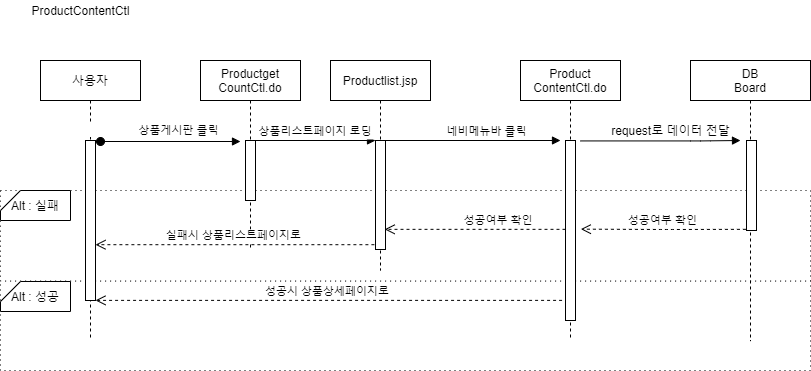
Before: Document/Sequence_Diagram/product/Product Sequence_Diagram-ProductContentCtl.png, a diagram exported from draw.io (JungCG/PotatoMarket). Source tidied: cells renumbered, new cells last; positions are measured from the earlier drawing's top-left corner, leaving out a move shared by most shapes.
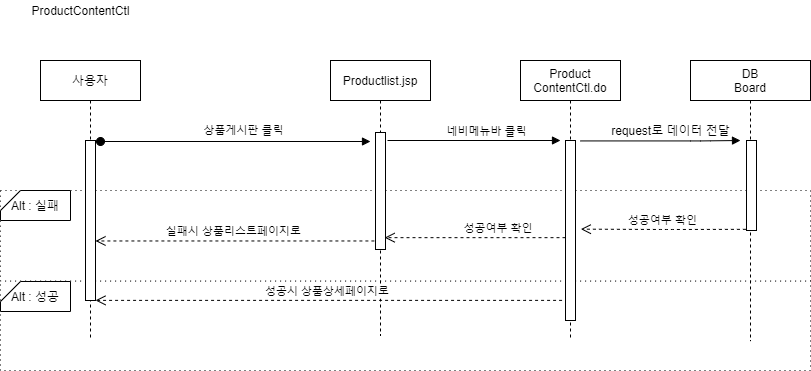
Above is the later version.

Change to the diagram source:
```diff
@@ -15,19 +15,16 @@
       <mxGeometry x="45" y="80" width="10" height="160" as="geometry" />
     </mxCell>
     <mxCell id="6" value="Productlist.jsp" style="shape=umlLifeline;perimeter=lifelinePerimeter;rounded=0;shadow=0;strokeWidth=1;" parent="1" vertex="1">
-      <mxGeometry x="330" y="60" width="100" height="210" as="geometry" />
+      <mxGeometry x="330" y="60" width="100" height="275" as="geometry" />
     </mxCell>
     <mxCell id="7" style="points=[];perimeter=orthogonalPerimeter;rounded=0;shadow=0;strokeWidth=1;" parent="6" vertex="1">
-      <mxGeometry x="45" y="80" width="10" height="109" as="geometry" />
+      <mxGeometry x="45" y="72" width="10" height="117" as="geometry" />
     </mxCell>
     <mxCell id="8" value="성공시 상품상세페이지로 " style="verticalAlign=bottom;endArrow=open;dashed=1;endSize=8;shadow=0;strokeWidth=1;exitX=-0.343;exitY=0.936;exitDx=0;exitDy=0;exitPerimeter=0;" parent="1" edge="1" target="5">
       <mxGeometry relative="1" as="geometry">
         <mxPoint x="561.6" y="299.9" as="sourcePoint" />
       </mxGeometry>
     </mxCell>
-    <mxCell id="9" value="상품리스트페이지 로딩" style="verticalAlign=bottom;endArrow=block;entryX=0;entryY=0;shadow=0;strokeWidth=1;" parent="1" edge="1" source="19" target="7">
-      <mxGeometry relative="1" as="geometry" />
-    </mxCell>
     <mxCell id="10" value="DB&#10;Board" style="shape=umlLifeline;perimeter=lifelinePerimeter;rounded=0;shadow=0;strokeWidth=1;" parent="1" vertex="1">
       <mxGeometry x="690" y="60" width="120" height="280.6" as="geometry" />
     </mxCell>
@@ -48,8 +45,11 @@
         <mxPoint x="-174.8" y="-7.4" as="offset" />
       </mxGeometry>
     </mxCell>
-    <mxCell id="14" value="성공여부 확인" style="verticalAlign=bottom;endArrow=open;dashed=1;endSize=8;shadow=0;strokeWidth=1;entryX=0.917;entryY=0.815;entryDx=0;entryDy=0;entryPerimeter=0;" parent="1" edge="1" source="21" target="7">
-      <mxGeometry x="-0.26" relative="1" as="geometry" />
+    <mxCell id="14" value="성공여부 확인" style="verticalAlign=bottom;endArrow=open;dashed=1;endSize=8;shadow=0;strokeWidth=1;entryX=0.917;entryY=0.815;entryDx=0;entryDy=0;entryPerimeter=0;" parent="1" edge="1">
+      <mxGeometry x="-0.26" relative="1" as="geometry">
+        <mxPoint x="565" y="237.2" as="sourcePoint" />
+        <mxPoint x="384.2" y="237.2" as="targetPoint" />
+      </mxGeometry>
     </mxCell>
     <mxCell id="15" value="성공여부 확인" style="verticalAlign=bottom;endArrow=open;dashed=1;endSize=8;shadow=0;strokeWidth=1;entryX=0.935;entryY=0.795;entryDx=0;entryDy=0;entryPerimeter=0;exitX=1.14;exitY=0.987;exitDx=0;exitDy=0;exitPerimeter=0;" parent="1" edge="1">
       <mxGeometry relative="1" as="geometry">
@@ -66,12 +66,6 @@
     <mxCell id="17" value="Alt : 실패" style="shape=card;whiteSpace=wrap;html=1;size=20;rotation=0;" parent="1" vertex="1">
       <mxGeometry y="190" width="70" height="30" as="geometry" />
     </mxCell>
-    <mxCell id="18" value="Productget&#10;CountCtl.do" style="shape=umlLifeline;perimeter=lifelinePerimeter;rounded=0;shadow=0;strokeWidth=1;" parent="1" vertex="1">
-      <mxGeometry x="200" y="60" width="100" height="190" as="geometry" />
-    </mxCell>
-    <mxCell id="19" style="points=[];perimeter=orthogonalPerimeter;rounded=0;shadow=0;strokeWidth=1;" parent="18" vertex="1">
-      <mxGeometry x="45" y="80" width="10" height="60" as="geometry" />
-    </mxCell>
     <mxCell id="20" value="Product&#10;ContentCtl.do" style="shape=umlLifeline;perimeter=lifelinePerimeter;rounded=0;shadow=0;strokeWidth=1;" parent="1" vertex="1">
       <mxGeometry x="520" y="60" width="100" height="280" as="geometry" />
     </mxCell>
@@ -81,23 +75,26 @@
     <mxCell id="22" style="verticalAlign=bottom;startArrow=oval;endArrow=block;startSize=8;shadow=0;strokeWidth=1;" parent="1" edge="1">
       <mxGeometry relative="1" as="geometry">
         <mxPoint x="100" y="141" as="sourcePoint" />
-        <mxPoint x="240" y="141" as="targetPoint" />
+        <mxPoint x="370" y="141" as="targetPoint" />
       </mxGeometry>
     </mxCell>
-    <mxCell id="23" value="실패시 상품리스트페이지로 " style="verticalAlign=bottom;endArrow=open;dashed=1;endSize=8;shadow=0;strokeWidth=1;exitX=-0.111;exitY=0.956;exitDx=0;exitDy=0;exitPerimeter=0;" parent="1" edge="1" source="7" target="5">
-      <mxGeometry relative="1" as="geometry" />
+    <mxCell id="23" value="실패시 상품리스트페이지로 " style="verticalAlign=bottom;endArrow=open;dashed=1;endSize=8;shadow=0;strokeWidth=1;exitX=-0.111;exitY=0.956;exitDx=0;exitDy=0;exitPerimeter=0;" parent="1" edge="1">
+      <mxGeometry relative="1" as="geometry">
+        <mxPoint x="373.9" y="240.5" as="sourcePoint" />
+        <mxPoint x="95" y="240.5" as="targetPoint" />
+      </mxGeometry>
     </mxCell>
     <mxCell id="24" value="ProductContentCtl" style="text;html=1;align=center;verticalAlign=middle;" parent="1" vertex="1">
       <mxGeometry x="25" width="110" height="20" as="geometry" />
     </mxCell>
-    <mxCell id="25" value="&amp;nbsp; &amp;nbsp; &amp;nbsp; &amp;nbsp; &amp;nbsp; &amp;nbsp; &amp;nbsp; &amp;nbsp; &amp;nbsp;상품게시판 클릭" style="edgeLabel;html=1;align=center;verticalAlign=middle;" parent="1" vertex="1">
-      <mxGeometry x="150" y="130" as="geometry">
-        <mxPoint x="1" y="-1" as="offset" />
+    <mxCell id="25" value="상품게시판 클릭" style="edgeLabel;html=1;align=center;verticalAlign=middle;" parent="1" vertex="1">
+      <mxGeometry x="160" y="130" as="geometry">
+        <mxPoint x="82" y="-1" as="offset" />
       </mxGeometry>
     </mxCell>
     <mxCell id="26" style="verticalAlign=bottom;endArrow=block;shadow=0;strokeWidth=1;" parent="1" edge="1">
       <mxGeometry relative="1" as="geometry">
-        <mxPoint x="380" y="140" as="sourcePoint" />
+        <mxPoint x="387" y="140" as="sourcePoint" />
         <mxPoint x="560" y="140" as="targetPoint" />
       </mxGeometry>
     </mxCell>
```
